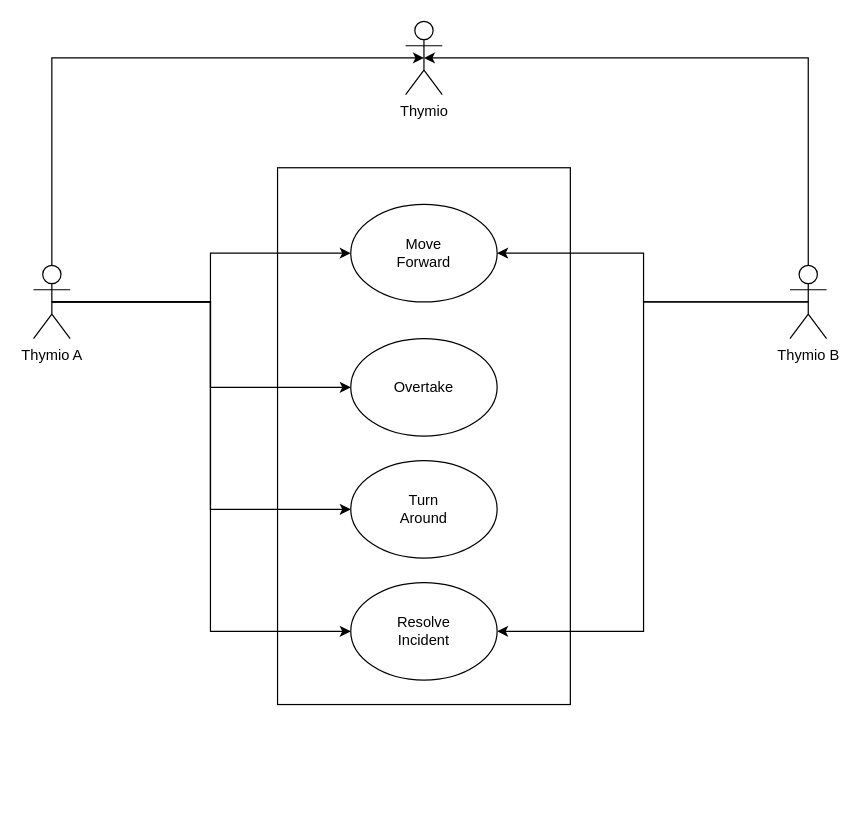
Earlier version of the draw.io diagram UseCaseDiagram.drawio (LBartolini/ProgettoAMA). Source tidied: cells renumbered, new cells numbered last; positions are measured from the earlier drawing's top-left corner, leaving out a move shared by most shapes. Both pictures are drawn from the tidied source at 122%, with x=0, y=0 at pixel (33, 21).
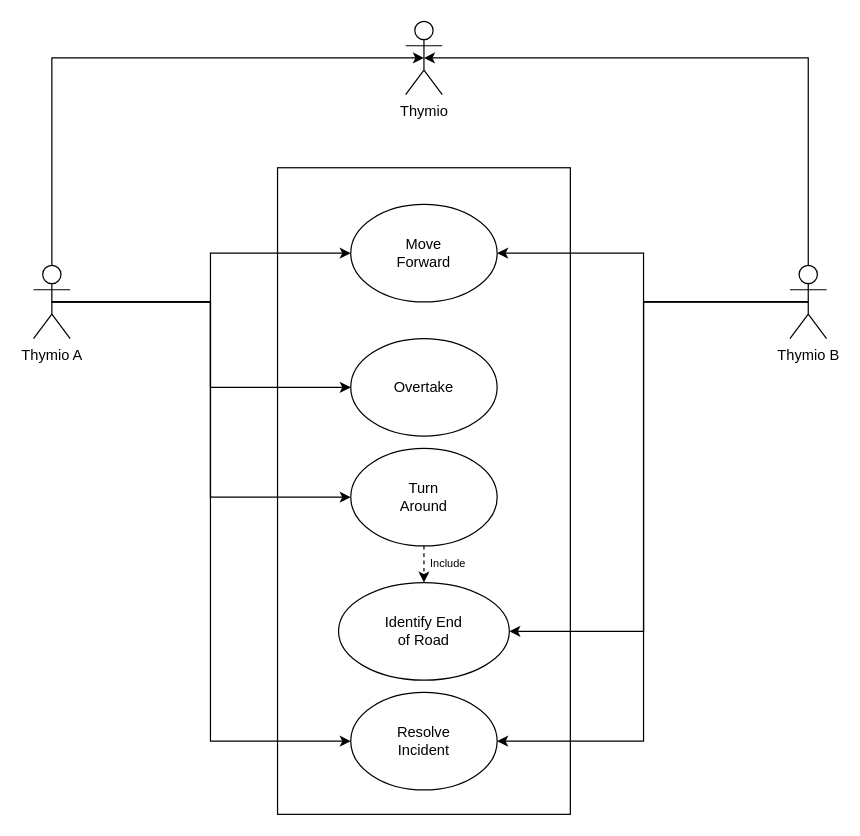
The same page after the edit.

Commit message (it also covers changes not shown here):
Updated UseCase Diagram and modified requirements

The change refers to these unchanged cells:
```xml
<mxCell id="17" value="Thymio B&lt;div&gt;&lt;br&gt;&lt;/div&gt;" style="shape=umlActor;verticalLabelPosition=bottom;verticalAlign=top;html=1;outlineConnect=0;" parent="1" vertex="1">
  <mxGeometry x="620" y="200" width="30" height="60" as="geometry" />
</mxCell>
<mxCell id="19" style="ellipse;whiteSpace=wrap;html=1;" parent="18" vertex="1">
  <mxGeometry width="120" height="80" as="geometry" />
</mxCell>
```

Diff of the diagram source:
```diff
@@
     <mxCell id="2" style="rounded=0;whiteSpace=wrap;html=1;fillColor=none;" parent="1" vertex="1">
-      <mxGeometry x="200" y="120" width="240" height="440" as="geometry" />
+      <mxGeometry x="200" y="120" width="240" height="530" as="geometry" />
     </mxCell>
@@
     <mxCell id="18" style="group;" parent="1" vertex="1">
-      <mxGeometry x="260" y="360" width="120" height="80" as="geometry" />
+      <mxGeometry x="260" y="350" width="120" height="80" as="geometry" />
     </mxCell>
@@
     <mxCell id="21" style="group;" parent="1" vertex="1">
-      <mxGeometry x="260" y="460" width="120" height="80" as="geometry" />
+      <mxGeometry x="260" y="550" width="120" height="80" as="geometry" />
     </mxCell>
@@
+    <mxCell id="26" style="group;" parent="1" vertex="1">
+      <mxGeometry x="250" y="460" width="140" height="80" as="geometry" />
+    </mxCell>
+    <mxCell id="27" style="ellipse;whiteSpace=wrap;html=1;" parent="26" vertex="1">
+      <mxGeometry width="140" height="80" as="geometry" />
+    </mxCell>
+    <mxCell id="28" value="Identify End of Road" style="text;html=1;align=center;verticalAlign=middle;whiteSpace=wrap;rounded=0;" parent="26" vertex="1">
+      <mxGeometry x="35" y="25" width="70" height="30" as="geometry" />
+    </mxCell>
+    <mxCell id="29" style="endArrow=classic;html=1;rounded=0;exitX=0.5;exitY=0.5;exitDx=0;exitDy=0;exitPerimeter=0;entryX=1;entryY=0.5;entryDx=0;entryDy=0;" parent="1" edge="1" source="17" target="27">
+      <mxGeometry relative="1" as="geometry">
+        <Array as="points">
+          <mxPoint x="500" y="230" />
+          <mxPoint x="500" y="500" />
+        </Array>
+      </mxGeometry>
+    </mxCell>
+    <mxCell id="30" style="endArrow=classic;html=1;rounded=0;dashed=1;exitX=0.5;exitY=1;exitDx=0;exitDy=0;entryX=0.5;entryY=0;entryDx=0;entryDy=0;" parent="1" edge="1" source="19" target="27">
+      <mxGeometry relative="1" as="geometry" />
+    </mxCell>
+    <mxCell id="31" value="Include" style="text;html=1;align=center;verticalAlign=middle;whiteSpace=wrap;rounded=0;fontSize=9;" parent="1" vertex="1">
+      <mxGeometry x="310" y="430" width="60" height="30" as="geometry" />
+    </mxCell>
```
